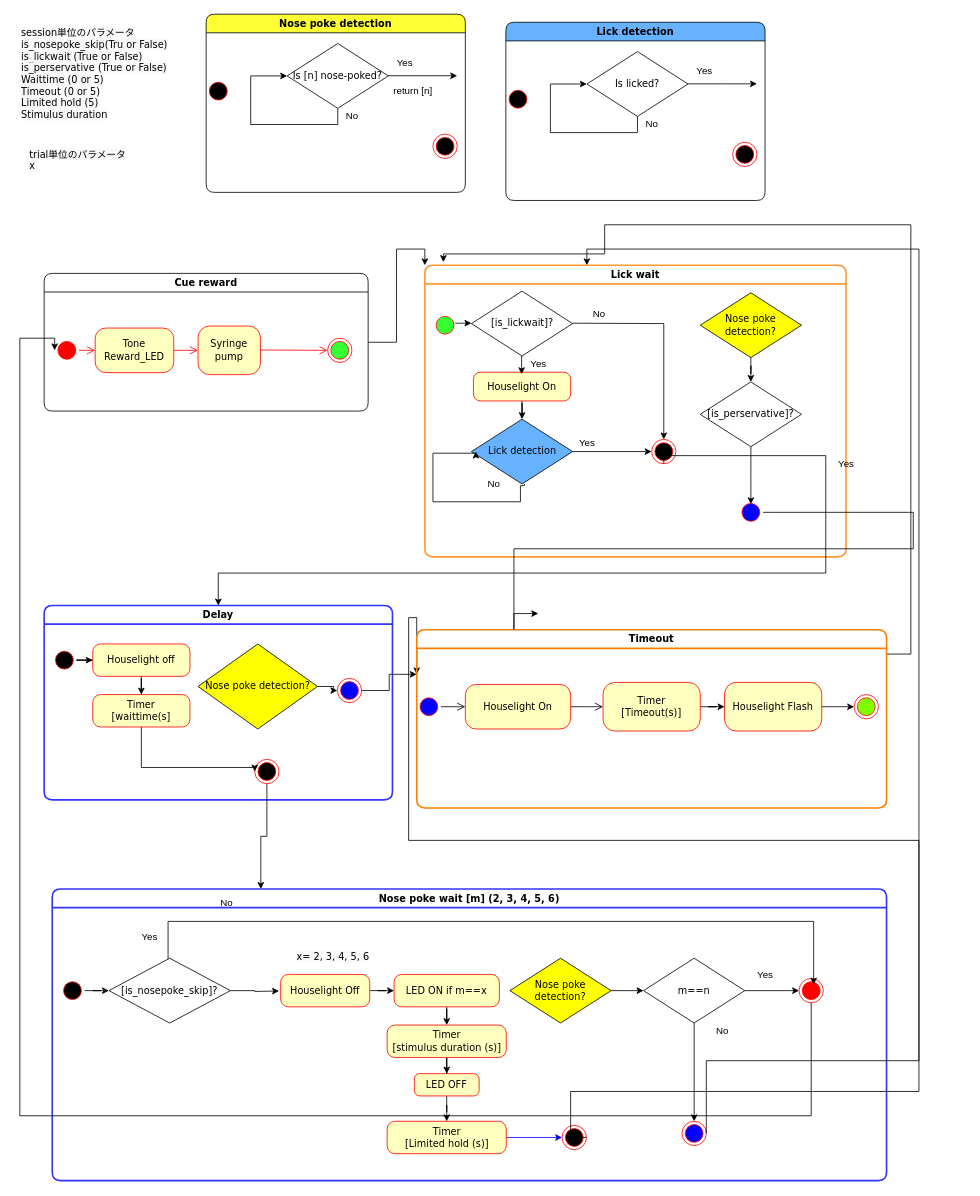
Earlier version of the draw.io diagram docs/3CSRTT.drawio (ut-klab-ygroup/Operantbox_development). Source tidied: cells renumbered, new cells numbered last; positions are measured from the earlier drawing's top-left corner, leaving out a move shared by most shapes. Both pictures are drawn from the tidied source at 81%, with x=0, y=0 at pixel (19, 14).
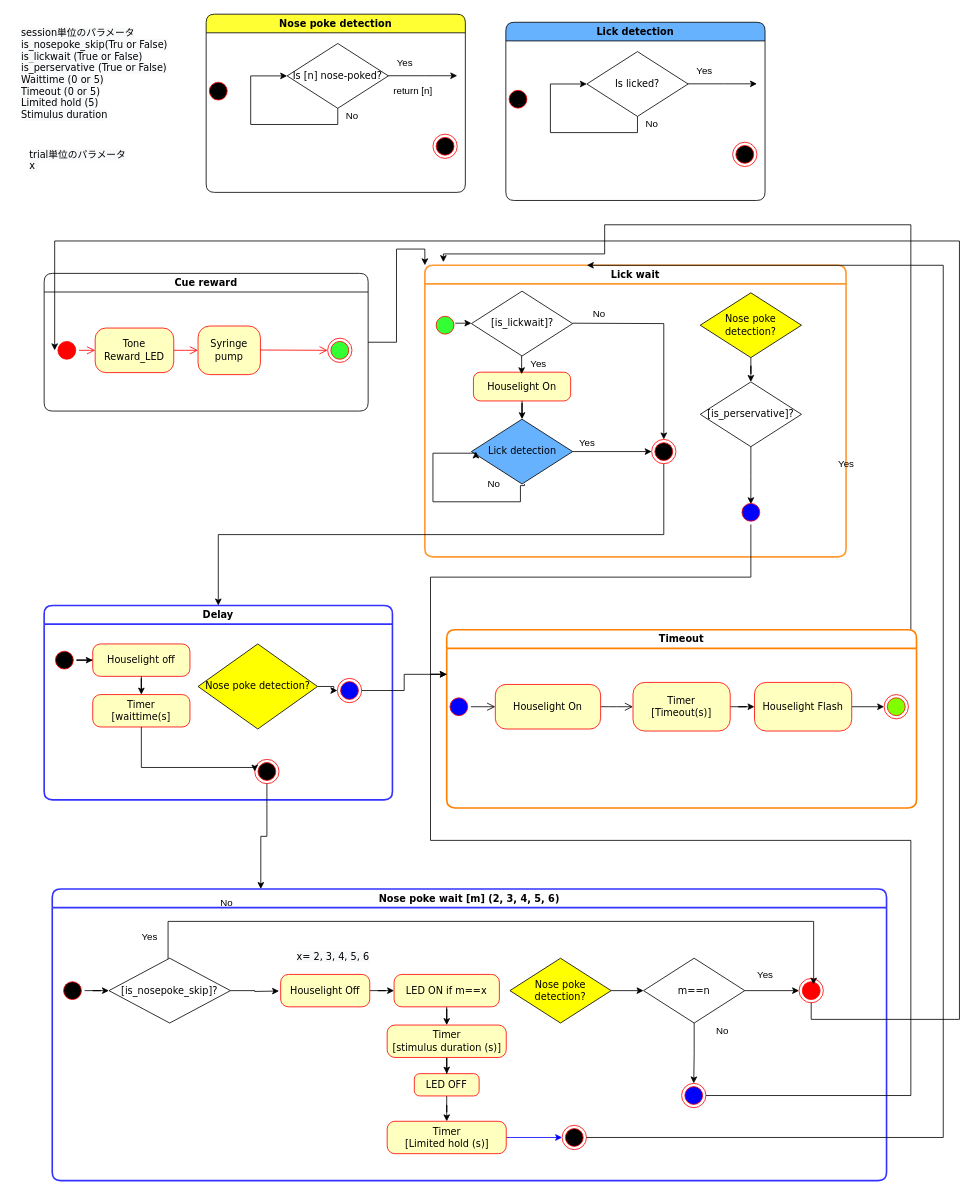
Above is the later version.

The change refers to these unchanged cells:
```xml
<mxCell id="2" value="Nose poke wait [m] (2, 3, 4, 5, 6)" style="swimlane;whiteSpace=wrap;html=1;rounded=1;shadow=0;comic=0;labelBackgroundColor=none;strokeWidth=2;fontFamily=Verdana;fontSize=12;align=center;startSize=23;strokeColor=#3333FF;" parent="1" vertex="1">
  <mxGeometry x="40" y="1080" width="1030" height="360" as="geometry" />
</mxCell>
<mxCell id="22" style="ellipse;html=1;shape=endState;strokeColor=#ff0000;rounded=1;shadow=0;comic=0;labelBackgroundColor=none;fontFamily=Verdana;fontSize=12;fontColor=#000000;align=center;fillColor=#FF0000;" parent="2" vertex="1">
  <mxGeometry x="922" y="110.5" width="30" height="30" as="geometry" />
</mxCell>
<mxCell id="24" style="ellipse;html=1;shape=endState;strokeColor=#ff0000;rounded=1;shadow=0;comic=0;labelBackgroundColor=none;fontFamily=Verdana;fontSize=12;fontColor=#000000;align=center;fillColor=#000000;" parent="2" vertex="1">
  <mxGeometry x="629.5" y="291.8" width="30" height="30" as="geometry" />
</mxCell>
<mxCell id="41" value="Delay" style="swimlane;whiteSpace=wrap;html=1;rounded=1;shadow=0;comic=0;labelBackgroundColor=none;strokeWidth=2;fontFamily=Verdana;fontSize=12;align=center;startSize=23;strokeColor=#3333FF;" parent="1" vertex="1">
  <mxGeometry x="30" y="730" width="430" height="240" as="geometry" />
</mxCell>
<mxCell id="71" style="ellipse;html=1;shape=startState;strokeColor=#ff0000;rounded=1;shadow=0;comic=0;labelBackgroundColor=none;fontFamily=Verdana;fontSize=12;fontColor=#000000;align=center;direction=south;fillColor=#FF0000;" parent="66" vertex="1">
  <mxGeometry x="13" y="80" width="30" height="30" as="geometry" />
</mxCell>
<mxCell id="75" style="ellipse;html=1;shape=endState;fillColor=#000000;strokeColor=#ff0000;rounded=1;shadow=0;comic=0;labelBackgroundColor=none;fontFamily=Verdana;fontSize=12;fontColor=#000000;align=center;" parent="74" vertex="1">
  <mxGeometry x="280" y="215" width="30" height="30" as="geometry" />
</mxCell>
<mxCell id="94" style="ellipse;html=1;shape=startState;strokeColor=#ff0000;rounded=1;shadow=0;comic=0;labelBackgroundColor=none;fontFamily=Verdana;fontSize=12;fontColor=#000000;align=center;direction=south;fillColor=#0000FF;" parent="74" vertex="1">
  <mxGeometry x="387.5" y="290" width="30" height="30" as="geometry" />
</mxCell>
```

Change to the diagram source:
```diff
@@
     <mxCell id="3" style="ellipse;html=1;shape=endState;strokeColor=#ff0000;rounded=1;shadow=0;comic=0;labelBackgroundColor=none;fontFamily=Verdana;fontSize=12;fontColor=#000000;align=center;fillColor=#0000FF;" parent="2" vertex="1">
-      <mxGeometry x="777.5" y="286.8" width="30" height="30" as="geometry" />
+      <mxGeometry x="777" y="240" width="30" height="30" as="geometry" />
     </mxCell>
@@
     <mxCell id="65" style="edgeStyle=orthogonalEdgeStyle;rounded=0;jettySize=auto;html=1;exitX=1;exitY=0.5;exitDx=0;exitDy=0;entryX=0;entryY=0.25;entryDx=0;entryDy=0;" parent="1" edge="1" source="3" target="102">
       <mxGeometry relative="1" as="geometry">
         <Array as="points">
-          <mxPoint x="848" y="1292" />
-          <mxPoint x="1110" y="1292" />
-          <mxPoint x="1110" y="1020" />
-          <mxPoint x="480" y="1020" />
-          <mxPoint x="480" y="745" />
-          <mxPoint x="490" y="745" />
+          <mxPoint x="1100" y="1335" />
+          <mxPoint x="1100" y="1020" />
+          <mxPoint x="507" y="1020" />
+          <mxPoint x="507" y="815" />
         </Array>
       </mxGeometry>
     </mxCell>
@@
     <mxCell id="96" style="edgeStyle=orthogonalEdgeStyle;rounded=0;jettySize=auto;html=1;exitX=0.5;exitY=1;exitDx=0;exitDy=0;entryX=0.5;entryY=0;entryDx=0;entryDy=0;" parent="1" edge="1" source="75" target="41">
-      <mxGeometry relative="1" as="geometry">
-        <Array as="points">
-          <mxPoint x="995" y="545" />
-          <mxPoint x="995" y="690" />
-          <mxPoint x="245" y="690" />
-        </Array>
-      </mxGeometry>
+      <mxGeometry relative="1" as="geometry" />
     </mxCell>
     <mxCell id="97" style="edgeStyle=orthogonalEdgeStyle;rounded=0;jettySize=auto;html=1;exitX=0.5;exitY=1;exitDx=0;exitDy=0;entryX=0.5;entryY=1;entryDx=0;entryDy=0;" parent="1" edge="1" source="22" target="71">
       <mxGeometry relative="1" as="geometry">
         <Array as="points">
-          <mxPoint x="957" y="1360" />
-          <mxPoint y="1360" />
-          <mxPoint y="400" />
-          <mxPoint x="103" y="400" />
+          <mxPoint x="977" y="1241" />
+          <mxPoint x="1160" y="1241" />
+          <mxPoint x="1160" y="280" />
+          <mxPoint x="43" y="280" />
         </Array>
       </mxGeometry>
     </mxCell>
     <mxCell id="98" style="edgeStyle=orthogonalEdgeStyle;rounded=0;jettySize=auto;html=1;exitX=1;exitY=0.5;exitDx=0;exitDy=0;" parent="1" edge="1" source="24">
       <mxGeometry relative="1" as="geometry">
         <mxPoint x="700" y="310" as="targetPoint" />
         <Array as="points">
-          <mxPoint x="680" y="1387" />
-          <mxPoint x="680" y="1330" />
-          <mxPoint x="1110" y="1330" />
-          <mxPoint x="1110" y="290" />
-          <mxPoint x="700" y="290" />
+          <mxPoint x="1140" y="1387" />
+          <mxPoint x="1140" y="310" />
         </Array>
       </mxGeometry>
     </mxCell>
-    <mxCell id="99" style="edgeStyle=orthogonalEdgeStyle;rounded=0;jettySize=auto;html=1;startArrow=none;" parent="1" edge="1" source="102">
-      <mxGeometry relative="1" as="geometry">
-        <mxPoint x="640" y="740" as="targetPoint" />
-        <Array as="points">
-          <mxPoint x="610" y="740" />
-        </Array>
-      </mxGeometry>
-    </mxCell>
@@
     <mxCell id="102" value="Timeout" style="swimlane;whiteSpace=wrap;html=1;rounded=1;shadow=0;comic=0;labelBackgroundColor=none;strokeWidth=2;fontFamily=Verdana;fontSize=12;align=center;startSize=23;strokeColor=#FF8000;" parent="1" vertex="1">
-      <mxGeometry x="490" y="760" width="580" height="220" as="geometry" />
+      <mxGeometry x="527" y="760" width="580" height="220" as="geometry" />
     </mxCell>
@@
-    <mxCell id="112" style="edgeStyle=orthogonalEdgeStyle;rounded=0;jettySize=auto;html=1;endArrow=none;" parent="1" edge="1" source="94" target="102">
-      <mxGeometry relative="1" as="geometry">
-        <Array as="points">
-          <mxPoint x="1103" y="660" />
-          <mxPoint x="610" y="660" />
-        </Array>
-      </mxGeometry>
+    <mxCell id="112" style="edgeStyle=orthogonalEdgeStyle;rounded=0;jettySize=auto;html=1;endArrow=none;entryX=0;entryY=0.25;entryDx=0;entryDy=0;" parent="1" edge="1" source="94" target="102">
+      <mxGeometry relative="1" as="geometry" />
     </mxCell>
```
